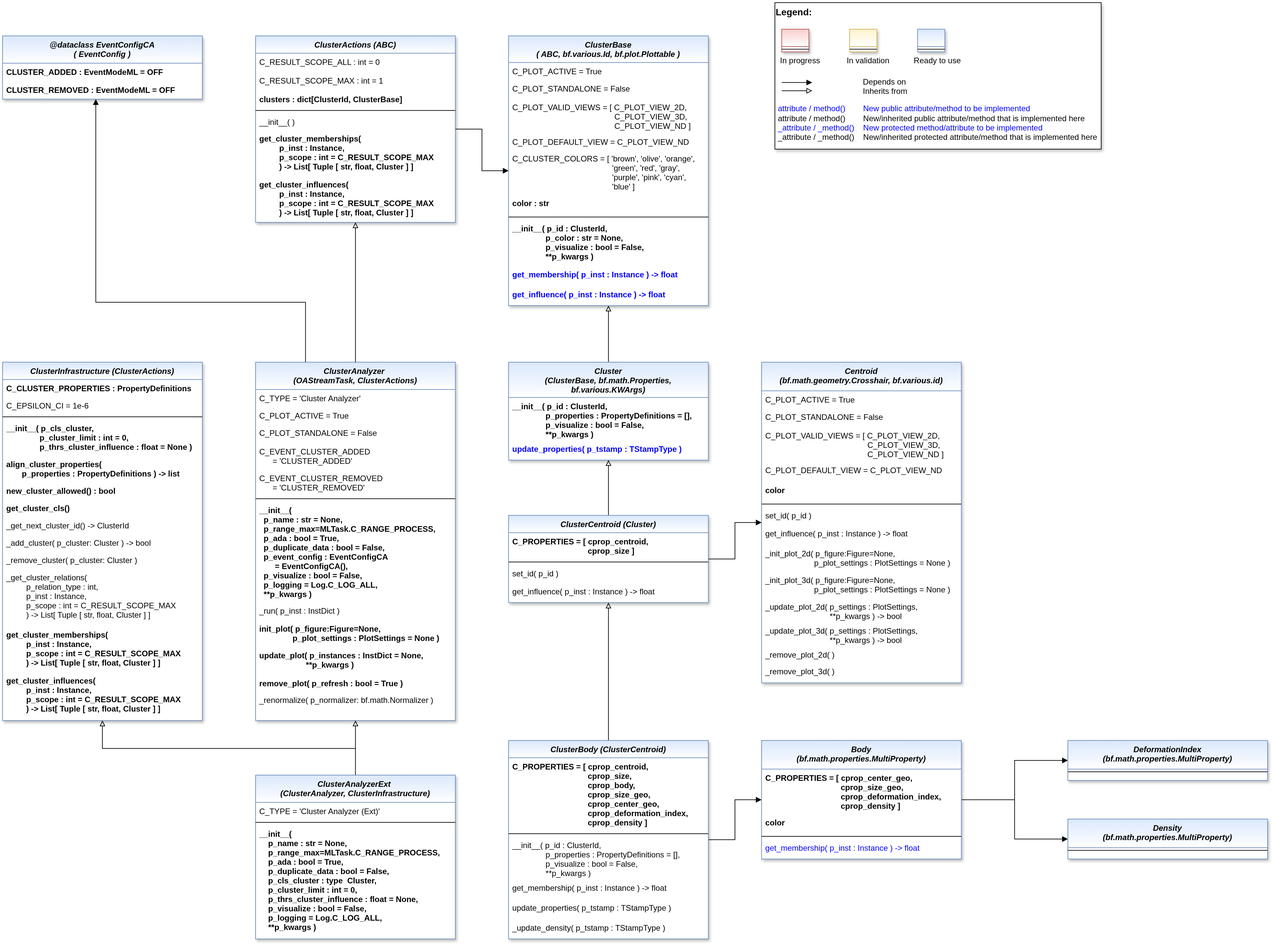
Earlier version of the draw.io export doc/rtd/content/99_appendices/appendix2/sub/mlpro_oa/streams/20_cluster_analysis/images/MLPro-OA-Cluster_Analyzers_class_diagram.drawio.png (blueaic/mlpro). Source tidied: cells renumbered, new cells last; positions are measured from the earlier drawing's top-left corner, leaving out a move shared by most shapes.
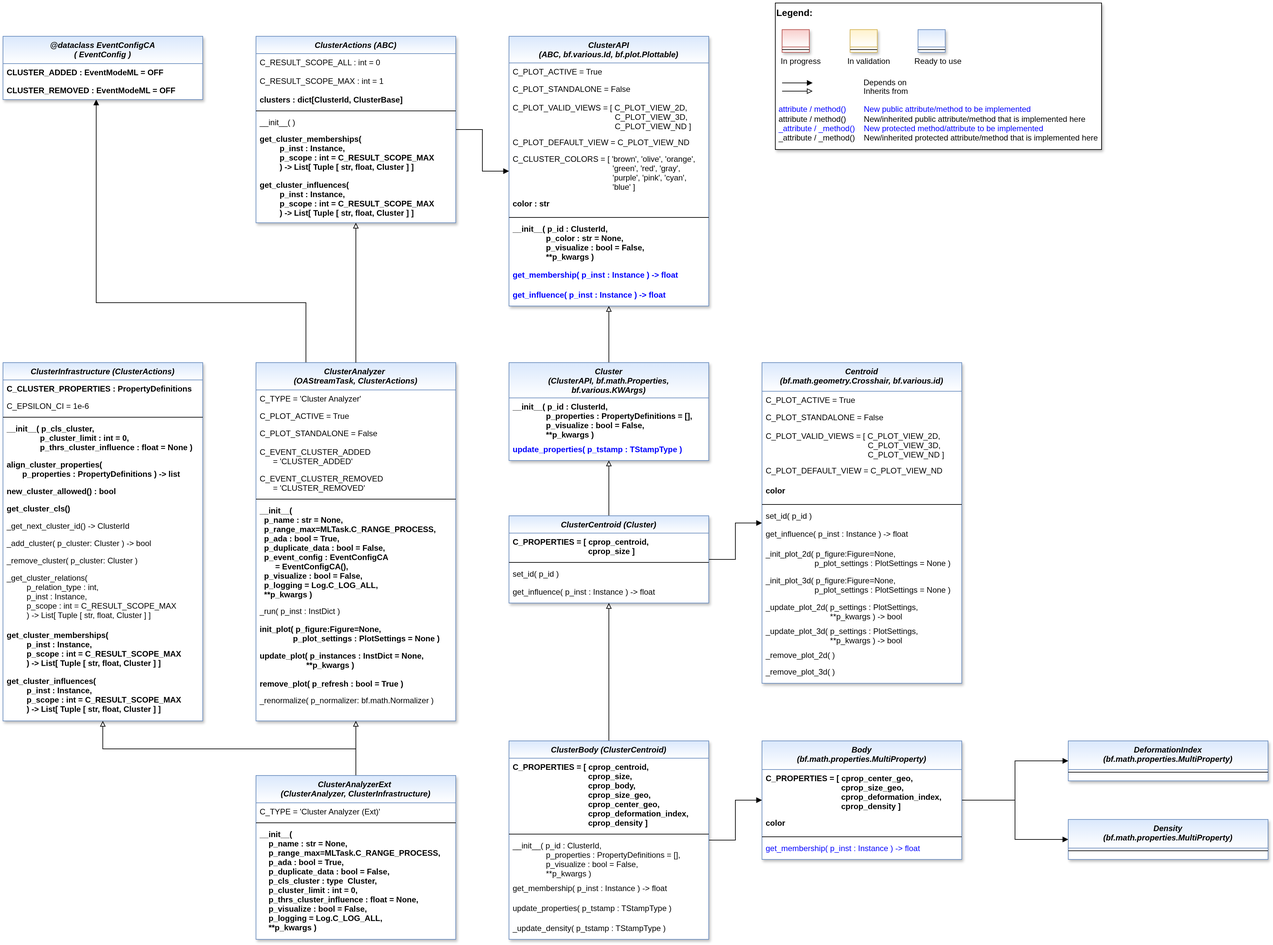
After the change.

Commit message:
Refact: Extended cluster model Fixes #29

Diff of the diagram source:
```diff
@@ -52,7 +52,7 @@
     <mxCell id="16" style="edgeStyle=orthogonalEdgeStyle;rounded=0;jettySize=auto;html=1;endArrow=block;endFill=0;" parent="1" edge="1" source="17" target="105">
       <mxGeometry relative="1" as="geometry" />
     </mxCell>
-    <mxCell id="17" value="Cluster &#10;(ClusterBase, bf.math.Properties,&#10;bf.various.KWArgs)" style="swimlane;fontStyle=3;align=center;verticalAlign=top;horizontal=1;startSize=53;rounded=0;shadow=1;strokeWidth=1;fillColor=#dae8fc;strokeColor=#6c8ebf;swimlaneFillColor=#ffffff;gradientColor=#FFFFFF;" parent="1" vertex="1">
+    <mxCell id="17" value="Cluster &#10;(ClusterAPI, bf.math.Properties,&#10;bf.various.KWArgs)" style="swimlane;fontStyle=3;align=center;verticalAlign=top;horizontal=1;startSize=53;rounded=0;shadow=1;strokeWidth=1;fillColor=#dae8fc;strokeColor=#6c8ebf;swimlaneFillColor=#ffffff;gradientColor=#FFFFFF;" parent="1" vertex="1">
       <mxGeometry x="760" y="540" width="300" height="147" as="geometry" />
     </mxCell>
     <mxCell id="18" value="__init__( p_id : ClusterId, &#10;               p_properties : PropertyDefinitions = [],&#10;               p_visualize : bool = False,&#10;               **p_kwargs )" style="text;align=left;verticalAlign=top;spacingLeft=4;spacingRight=4;overflow=hidden;fontColor=default;fontStyle=1;" parent="17" vertex="1">
@@ -336,7 +336,7 @@
     <mxCell id="104" value="CLUSTER_REMOVED : EventModeML = OFF" style="text;align=left;verticalAlign=top;spacingLeft=4;spacingRight=4;overflow=hidden;fontColor=default;fontStyle=1;" parent="102" vertex="1">
       <mxGeometry y="68" width="300" height="27" as="geometry" />
     </mxCell>
-    <mxCell id="105" value="ClusterBase&#10;( ABC, bf.various.Id, bf.plot.Plottable )" style="swimlane;fontStyle=3;align=center;verticalAlign=top;horizontal=1;startSize=40;rounded=0;shadow=1;strokeWidth=1;fillColor=#dae8fc;strokeColor=#6c8ebf;swimlaneFillColor=#ffffff;gradientColor=#FFFFFF;" parent="1" vertex="1">
+    <mxCell id="105" value="ClusterAPI&#10;(ABC, bf.various.Id, bf.plot.Plottable)" style="swimlane;fontStyle=3;align=center;verticalAlign=top;horizontal=1;startSize=40;rounded=0;shadow=1;strokeWidth=1;fillColor=#dae8fc;strokeColor=#6c8ebf;swimlaneFillColor=#ffffff;gradientColor=#FFFFFF;" parent="1" vertex="1">
       <mxGeometry x="760" y="50" width="300" height="405" as="geometry" />
     </mxCell>
     <mxCell id="106" value="C_PLOT_ACTIVE = True" style="text;align=left;verticalAlign=top;spacingLeft=4;spacingRight=4;overflow=hidden;fontColor=default;" parent="105" vertex="1">
```
